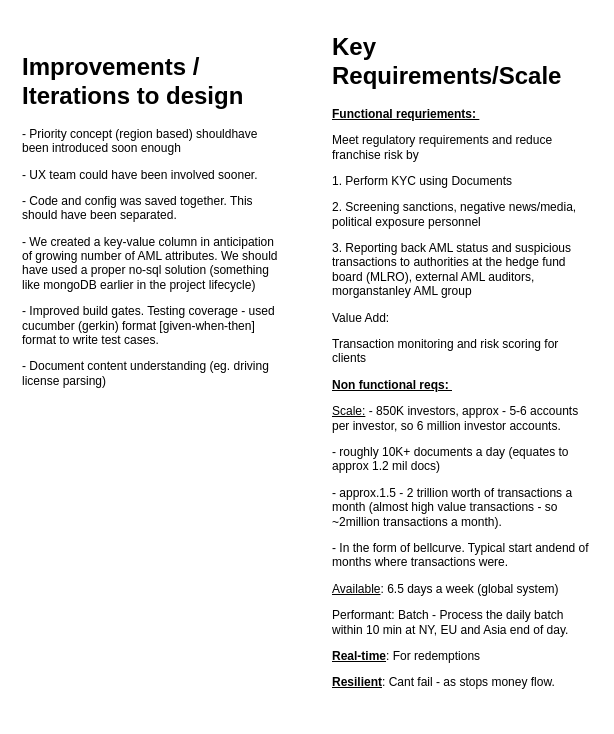
Above: page "Things that could be improved" (3 of 3) of src/systemdesign/AMLFlow.drawio in vaibhavsabnis/problem_practise (draw.io), before the change. Source tidied: cells renumbered, new cells numbered last; positions are measured from the earlier drawing's top-left corner, leaving out a move shared by most shapes. Both pictures are drawn from the tidied source at 100%, with x=0, y=0 at pixel (17, 27).
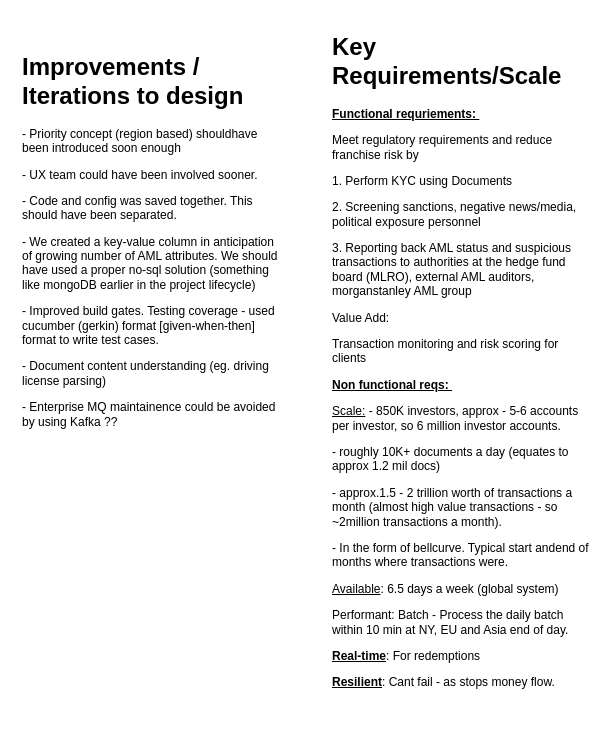
The same diagram, later.

Diff of the diagram source:
```diff
@@
 <mxGraphModel>
   <root>
     <mxCell id="0" />
     <mxCell id="1" parent="0" />
-    <mxCell id="2" value="&lt;h1&gt;Improvements / Iterations to design&lt;/h1&gt;&lt;p&gt;- Priority concept (region based) shouldhave been introduced soon enough&lt;/p&gt;&lt;p&gt;- UX team could have been involved sooner.&amp;nbsp;&lt;/p&gt;&lt;p&gt;- Code and config was saved together. This should have been separated.&lt;/p&gt;&lt;p&gt;- We created a key-value column in anticipation of growing number of AML attributes. We should have used a proper no-sql solution (something like mongoDB earlier in the project lifecycle)&lt;/p&gt;&lt;p&gt;- Improved build gates. Testing coverage - used cucumber (gerkin) format [given-when-then] format to write test cases.&amp;nbsp;&lt;/p&gt;&lt;p&gt;- Document content understanding (eg. driving license parsing)&amp;nbsp;&lt;/p&gt;" style="text;html=1;strokeColor=none;fillColor=none;spacing=5;spacingTop=-20;whiteSpace=wrap;overflow=hidden;rounded=0;" parent="1" vertex="1">
+    <mxCell id="2" value="&lt;h1&gt;Improvements / Iterations to design&lt;/h1&gt;&lt;p&gt;- Priority concept (region based) shouldhave been introduced soon enough&lt;/p&gt;&lt;p&gt;- UX team could have been involved sooner.&amp;nbsp;&lt;/p&gt;&lt;p&gt;- Code and config was saved together. This should have been separated.&lt;/p&gt;&lt;p&gt;- We created a key-value column in anticipation of growing number of AML attributes. We should have used a proper no-sql solution (something like mongoDB earlier in the project lifecycle)&lt;/p&gt;&lt;p&gt;- Improved build gates. Testing coverage - used cucumber (gerkin) format [given-when-then] format to write test cases.&amp;nbsp;&lt;/p&gt;&lt;p&gt;- Document content understanding (eg. driving license parsing)&amp;nbsp;&lt;/p&gt;&lt;p&gt;- Enterprise MQ maintainence could be avoided by using Kafka ??&lt;/p&gt;" style="text;html=1;strokeColor=none;fillColor=none;spacing=5;spacingTop=-20;whiteSpace=wrap;overflow=hidden;rounded=0;" parent="1" vertex="1">
       <mxGeometry y="20" width="270" height="390" as="geometry" />
     </mxCell>
     <mxCell id="3" value="&lt;h1&gt;Key Requirements/Scale&amp;nbsp;&lt;/h1&gt;&lt;p&gt;&lt;u&gt;&lt;b&gt;Functional requriements:&amp;nbsp;&lt;/b&gt;&lt;/u&gt;&lt;/p&gt;&lt;p&gt;Meet regulatory requirements and reduce franchise risk by&amp;nbsp;&lt;/p&gt;&lt;p&gt;1. Perform KYC using Documents&amp;nbsp;&lt;/p&gt;&lt;p&gt;2. Screening sanctions, negative news/media, political exposure personnel&lt;/p&gt;&lt;p&gt;3. Reporting back AML status and suspicious transactions to authorities at the hedge fund board (MLRO), external AML auditors, morganstanley AML group&lt;/p&gt;&lt;p&gt;&lt;span&gt;Value Add:&lt;/span&gt;&lt;br&gt;&lt;/p&gt;&lt;p&gt;Transaction monitoring and risk scoring for clients&lt;/p&gt;&lt;p&gt;&lt;u&gt;&lt;b&gt;Non functional reqs:&amp;nbsp;&lt;/b&gt;&lt;/u&gt;&lt;/p&gt;&lt;p&gt;&lt;u&gt;Scale:&lt;/u&gt;&amp;nbsp;&lt;span&gt;- 850K investors, approx - 5-6 accounts per investor, so 6 million investor accounts.&lt;/span&gt;&lt;/p&gt;&lt;p&gt;- roughly 10K+ documents a day (equates to approx 1.2 mil docs)&amp;nbsp;&lt;/p&gt;&lt;p&gt;- approx.1.5 - 2 trillion worth of transactions a month (almost high value transactions - so ~2million transactions a month).&lt;/p&gt;&lt;p&gt;- In the form of bellcurve. Typical start andend of months where transactions were.&amp;nbsp;&lt;/p&gt;&lt;p&gt;&lt;span&gt;&lt;u&gt;Available&lt;/u&gt;: 6.5 days a week (global system)&amp;nbsp;&lt;/span&gt;&lt;/p&gt;&lt;p&gt;Performant:&amp;nbsp;&lt;span&gt;Batch - Process the daily batch within 10 min at NY, EU and Asia end of day.&lt;/span&gt;&lt;/p&gt;&lt;p&gt;&lt;b&gt;&lt;u&gt;Real-time&lt;/u&gt;&lt;/b&gt;: For redemptions&lt;/p&gt;&lt;p&gt;&lt;b&gt;&lt;u&gt;Resilient&lt;/u&gt;&lt;/b&gt;: Cant fail - as stops money flow.&amp;nbsp;&lt;/p&gt;&lt;p&gt;&lt;u&gt;&lt;b&gt;&lt;br&gt;&lt;/b&gt;&lt;/u&gt;&lt;/p&gt;" style="text;html=1;strokeColor=none;fillColor=none;spacing=5;spacingTop=-20;whiteSpace=wrap;overflow=hidden;rounded=0;" parent="1" vertex="1">
       <mxGeometry x="310" width="270" height="690" as="geometry" />
     </mxCell>
   </root>
 </mxGraphModel>
```
